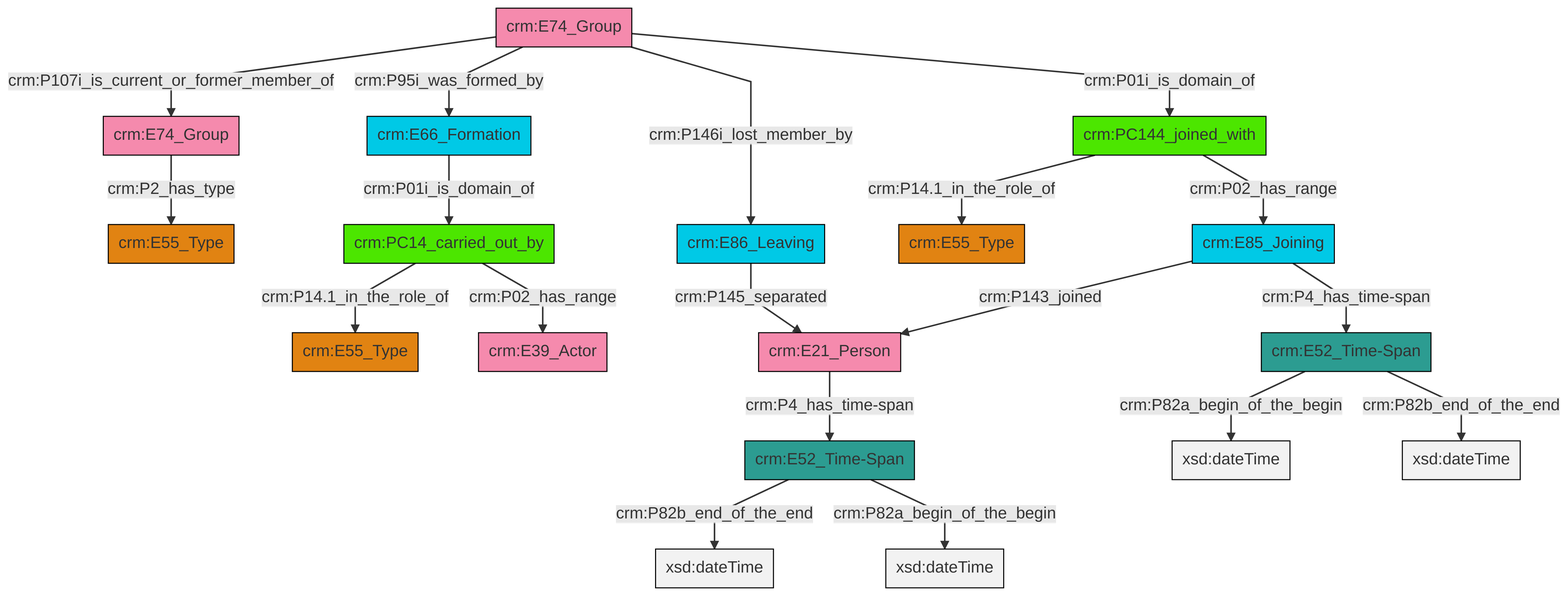
The Mermaid diagram et/groupCSV/ttl/mmd/png/group_actor_relations.png in swiss-art-research-net/reference-data-models, before a commit. Its source is kept beside it as et/groupCSV/ttl/mmd/group_actor_relations.ttl.mmd.
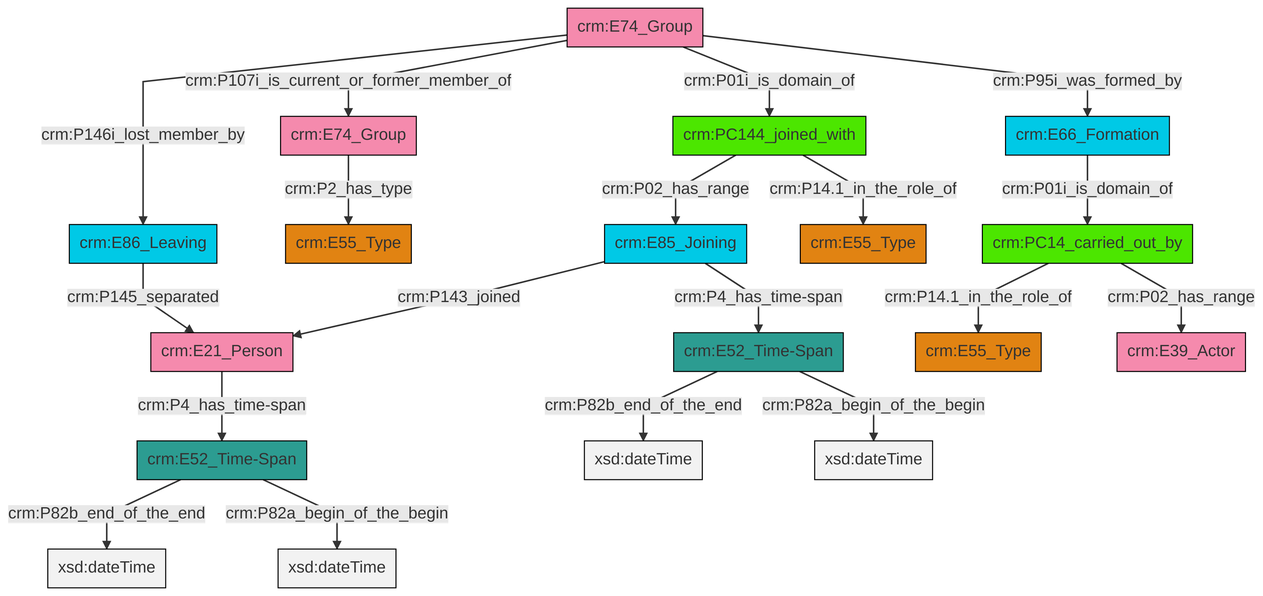
Above is the later version.

The edit, as a diff of the source:
```diff
@@ -13,21 +13,21 @@
 classDef PC_Classes fill:#4ce600, stroke:#000000;
 classDef Multi fill:#cccccc,stroke:#000000;
 
-0["crm:E21_Person"]:::Actor -->|crm:P4_has_time-span| 1["crm:E52_Time-Span"]:::Time-Span
-2["crm:E74_Group"]:::Actor -->|crm:P107i_is_current_or_former_member_of| 3["crm:E74_Group"]:::Actor
-7["crm:PC144_joined_with"]:::PC_Classes -->|crm:P14.1_in_the_role_of| 8["crm:E55_Type"]:::Type
-13["crm:E86_Leaving"]:::Temporal_Entity -->|crm:P145_separated| 0["crm:E21_Person"]:::Actor
-2["crm:E74_Group"]:::Actor -->|crm:P95i_was_formed_by| 14["crm:E66_Formation"]:::Temporal_Entity
-2["crm:E74_Group"]:::Actor -->|crm:P146i_lost_member_by| 13["crm:E86_Leaving"]:::Temporal_Entity
-1["crm:E52_Time-Span"]:::Time-Span -->|crm:P82b_end_of_the_end| 20[xsd:dateTime]:::Literal
-21["crm:E85_Joining"]:::Temporal_Entity -->|crm:P143_joined| 0["crm:E21_Person"]:::Actor
-17["crm:PC14_carried_out_by"]:::PC_Classes -->|crm:P14.1_in_the_role_of| 22["crm:E55_Type"]:::Type
-14["crm:E66_Formation"]:::Temporal_Entity -->|crm:P01i_is_domain_of| 17["crm:PC14_carried_out_by"]:::PC_Classes
-7["crm:PC144_joined_with"]:::PC_Classes -->|crm:P02_has_range| 21["crm:E85_Joining"]:::Temporal_Entity
-24["crm:E52_Time-Span"]:::Time-Span -->|crm:P82a_begin_of_the_begin| 25[xsd:dateTime]:::Literal
-24["crm:E52_Time-Span"]:::Time-Span -->|crm:P82b_end_of_the_end| 28[xsd:dateTime]:::Literal
-3["crm:E74_Group"]:::Actor -->|crm:P2_has_type| 9["crm:E55_Type"]:::Type
-21["crm:E85_Joining"]:::Temporal_Entity -->|crm:P4_has_time-span| 24["crm:E52_Time-Span"]:::Time-Span
-2["crm:E74_Group"]:::Actor -->|crm:P01i_is_domain_of| 7["crm:PC144_joined_with"]:::PC_Classes
-17["crm:PC14_carried_out_by"]:::PC_Classes -->|crm:P02_has_range| 5["crm:E39_Actor"]:::Actor
-1["crm:E52_Time-Span"]:::Time-Span -->|crm:P82a_begin_of_the_begin| 33[xsd:dateTime]:::Literal
+0["crm:E52_Time-Span"]:::Time-Span -->|crm:P82b_end_of_the_end| 1[xsd:dateTime]:::Literal
+0["crm:E52_Time-Span"]:::Time-Span -->|crm:P82a_begin_of_the_begin| 2[xsd:dateTime]:::Literal
+5["crm:PC14_carried_out_by"]:::PC_Classes -->|crm:P14.1_in_the_role_of| 7["crm:E55_Type"]:::Type
+8["crm:E85_Joining"]:::Temporal_Entity -->|crm:P143_joined| 9["crm:E21_Person"]:::Actor
+10["crm:E52_Time-Span"]:::Time-Span -->|crm:P82b_end_of_the_end| 11[xsd:dateTime]:::Literal
+15["crm:E74_Group"]:::Actor -->|crm:P146i_lost_member_by| 16["crm:E86_Leaving"]:::Temporal_Entity
+15["crm:E74_Group"]:::Actor -->|crm:P107i_is_current_or_former_member_of| 12["crm:E74_Group"]:::Actor
+10["crm:E52_Time-Span"]:::Time-Span -->|crm:P82a_begin_of_the_begin| 17[xsd:dateTime]:::Literal
+20["crm:PC144_joined_with"]:::PC_Classes -->|crm:P02_has_range| 8["crm:E85_Joining"]:::Temporal_Entity
+9["crm:E21_Person"]:::Actor -->|crm:P4_has_time-span| 0["crm:E52_Time-Span"]:::Time-Span
+8["crm:E85_Joining"]:::Temporal_Entity -->|crm:P4_has_time-span| 10["crm:E52_Time-Span"]:::Time-Span
+5["crm:PC14_carried_out_by"]:::PC_Classes -->|crm:P02_has_range| 21["crm:E39_Actor"]:::Actor
+12["crm:E74_Group"]:::Actor -->|crm:P2_has_type| 25["crm:E55_Type"]:::Type
+15["crm:E74_Group"]:::Actor -->|crm:P01i_is_domain_of| 20["crm:PC144_joined_with"]:::PC_Classes
+20["crm:PC144_joined_with"]:::PC_Classes -->|crm:P14.1_in_the_role_of| 3["crm:E55_Type"]:::Type
+16["crm:E86_Leaving"]:::Temporal_Entity -->|crm:P145_separated| 9["crm:E21_Person"]:::Actor
+15["crm:E74_Group"]:::Actor -->|crm:P95i_was_formed_by| 18["crm:E66_Formation"]:::Temporal_Entity
+18["crm:E66_Formation"]:::Temporal_Entity -->|crm:P01i_is_domain_of| 5["crm:PC14_carried_out_by"]:::PC_Classes
```
